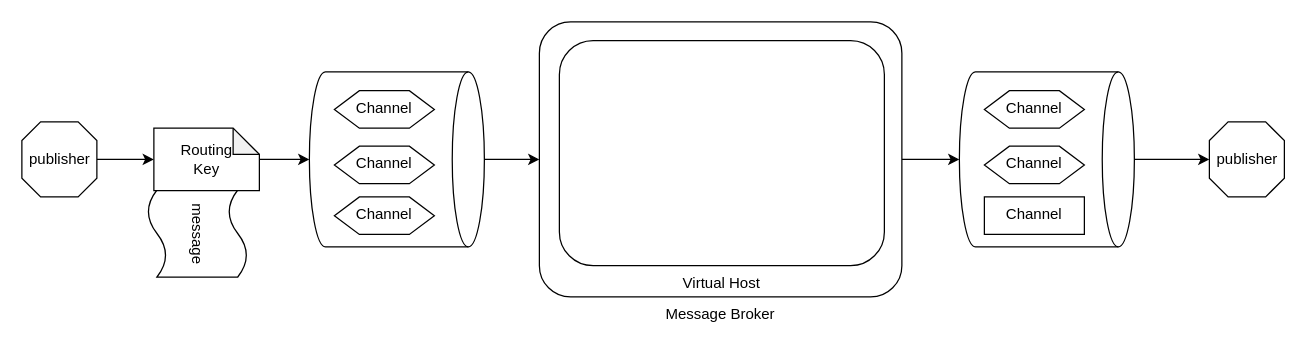
Above: Untitled Diagram.drawio in linlin8/linlin8.github.io (draw.io), before the change. Source tidied: cells renumbered, new cells numbered last; positions are measured from the earlier drawing's top-left corner, leaving out a move shared by most shapes. Both pictures are drawn from the tidied source at 125%, with x=0, y=0 at pixel (21, 21).
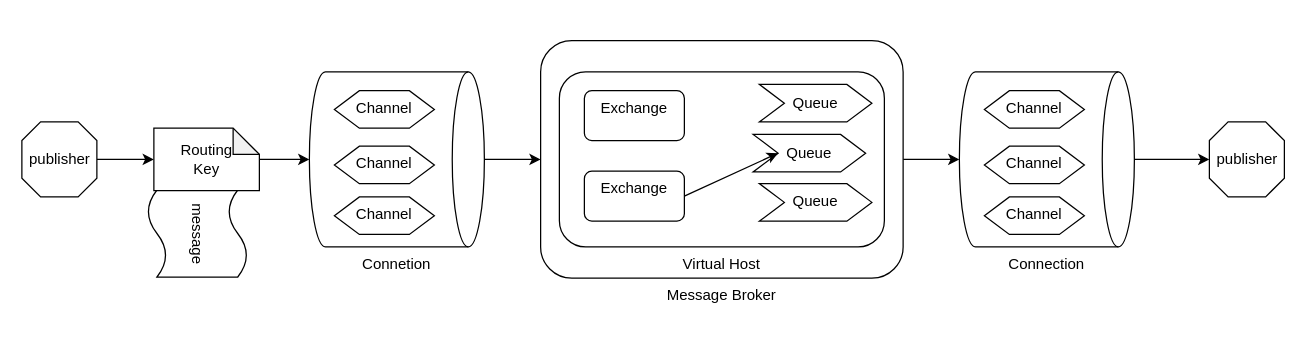
After the change.

The change refers to these unchanged cells:
```xml
<mxCell id="9" style="group;" parent="1" vertex="1">
  <mxGeometry x="230" y="40" width="140" height="140" as="geometry" />
</mxCell>
<mxCell id="14" style="group;" parent="1" vertex="1">
  <mxGeometry x="750" y="40" width="140" height="140" as="geometry" />
</mxCell>
```

Diff of the diagram source:
```diff
@@
     <mxCell id="5" value="Message Broker" style="rounded=1;whiteSpace=wrap;html=1;absoluteArcSize=1;arcSize=50;strokeWidth=1;shadow=0;sketch=0;verticalAlign=top;labelPosition=center;verticalLabelPosition=bottom;align=center;" parent="1" vertex="1">
-      <mxGeometry x="414" width="290" height="220" as="geometry" />
+      <mxGeometry x="415" y="15" width="290" height="190" as="geometry" />
     </mxCell>
@@
+    <mxCell id="19" style="edgeStyle=orthogonalEdgeStyle;rounded=0;jettySize=auto;html=1;exitX=1;exitY=0.5;exitDx=0;exitDy=0;exitPerimeter=0;entryX=0;entryY=0.5;entryDx=0;entryDy=0;" parent="1" edge="1" source="10" target="5">
+      <mxGeometry relative="1" as="geometry" />
+    </mxCell>
+    <mxCell id="20" value="publisher" style="verticalLabelPosition=middle;verticalAlign=middle;html=1;shape=mxgraph.basic.polygon;polyCoords=[[0.25,0],[0.75,0],[1,0.25],[1,0.75],[0.75,1],[0.25,1],[0,0.75],[0,0.25]];polyline=0;rotation=0;labelPosition=center;align=center;" parent="1" vertex="1">
+      <mxGeometry x="950" y="80" width="60" height="60" as="geometry" />
+    </mxCell>
+    <mxCell id="21" style="edgeStyle=orthogonalEdgeStyle;rounded=0;jettySize=auto;html=1;" parent="1" edge="1" source="15" target="20">
+      <mxGeometry relative="1" as="geometry" />
+    </mxCell>
+    <mxCell id="22" value="Virtual Host" style="rounded=1;whiteSpace=wrap;html=1;shadow=0;sketch=0;strokeWidth=1;verticalAlign=top;labelPosition=center;verticalLabelPosition=bottom;align=center;" parent="1" vertex="1">
+      <mxGeometry x="430" y="40" width="260" height="140" as="geometry" />
+    </mxCell>
+    <mxCell id="23" value="Exchange" style="rounded=1;whiteSpace=wrap;html=1;shadow=0;sketch=0;strokeWidth=1;verticalAlign=top;" parent="1" vertex="1">
+      <mxGeometry x="450" y="55" width="80" height="40" as="geometry" />
+    </mxCell>
+    <mxCell id="24" value="Exchange" style="rounded=1;whiteSpace=wrap;html=1;shadow=0;sketch=0;strokeWidth=1;verticalAlign=top;" parent="1" vertex="1">
+      <mxGeometry x="450" y="119.4" width="80" height="40" as="geometry" />
+    </mxCell>
@@
-    <mxCell id="10" style="strokeWidth=1;html=1;shape=mxgraph.flowchart.direct_data;whiteSpace=wrap;shadow=0;sketch=0;verticalAlign=top;" parent="9" vertex="1">
+    <mxCell id="10" value="Connetion" style="strokeWidth=1;html=1;shape=mxgraph.flowchart.direct_data;whiteSpace=wrap;shadow=0;sketch=0;verticalAlign=top;labelPosition=center;verticalLabelPosition=bottom;align=center;" parent="9" vertex="1">
       <mxGeometry width="140" height="140" as="geometry" />
     </mxCell>
@@
-    <mxCell id="15" style="strokeWidth=1;html=1;shape=mxgraph.flowchart.direct_data;whiteSpace=wrap;shadow=0;sketch=0;verticalAlign=top;" parent="14" vertex="1">
+    <mxCell id="15" value="Connection" style="strokeWidth=1;html=1;shape=mxgraph.flowchart.direct_data;whiteSpace=wrap;shadow=0;sketch=0;verticalAlign=top;labelPosition=center;verticalLabelPosition=bottom;align=center;" parent="14" vertex="1">
       <mxGeometry width="140" height="140" as="geometry" />
     </mxCell>
@@
-    <mxCell id="18" value="Channel" style="shape=hexagon;perimeter=hexagonPerimeter2;whiteSpace=wrap;html=1;fixedSize=1;rounded=0;shadow=0;sketch=0;strokeWidth=1;verticalAlign=top;size=-30;" parent="14" vertex="1">
+    <mxCell id="18" value="Channel" style="shape=hexagon;perimeter=hexagonPerimeter2;whiteSpace=wrap;html=1;fixedSize=1;rounded=0;shadow=0;sketch=0;strokeWidth=1;verticalAlign=top;" parent="14" vertex="1">
       <mxGeometry x="20" y="100" width="80" height="30" as="geometry" />
     </mxCell>
-    <mxCell id="19" style="edgeStyle=orthogonalEdgeStyle;rounded=0;jettySize=auto;html=1;exitX=1;exitY=0.5;exitDx=0;exitDy=0;exitPerimeter=0;entryX=0;entryY=0.5;entryDx=0;entryDy=0;" parent="1" edge="1" source="10" target="5">
-      <mxGeometry relative="1" as="geometry" />
-    </mxCell>
-    <mxCell id="20" value="publisher" style="verticalLabelPosition=middle;verticalAlign=middle;html=1;shape=mxgraph.basic.polygon;polyCoords=[[0.25,0],[0.75,0],[1,0.25],[1,0.75],[0.75,1],[0.25,1],[0,0.75],[0,0.25]];polyline=0;rotation=0;labelPosition=center;align=center;" parent="1" vertex="1">
-      <mxGeometry x="950" y="80" width="60" height="60" as="geometry" />
-    </mxCell>
-    <mxCell id="21" style="edgeStyle=orthogonalEdgeStyle;rounded=0;jettySize=auto;html=1;" parent="1" edge="1" source="15" target="20">
-      <mxGeometry relative="1" as="geometry" />
-    </mxCell>
-    <mxCell id="22" value="Virtual Host" style="rounded=1;whiteSpace=wrap;html=1;shadow=0;sketch=0;strokeWidth=1;verticalAlign=top;labelPosition=center;verticalLabelPosition=bottom;align=center;" parent="1" vertex="1">
-      <mxGeometry x="430" y="15" width="260" height="180" as="geometry" />
-    </mxCell>
+    <mxCell id="25" value="Queue" style="shape=step;perimeter=stepPerimeter;whiteSpace=wrap;html=1;fixedSize=1;rounded=0;shadow=0;sketch=0;strokeWidth=1;verticalAlign=middle;labelPosition=center;verticalLabelPosition=middle;align=center;" parent="1" vertex="1">
+      <mxGeometry x="585" y="90" width="90" height="30" as="geometry" />
+    </mxCell>
+    <mxCell id="26" value="Queue" style="shape=step;perimeter=stepPerimeter;whiteSpace=wrap;html=1;fixedSize=1;rounded=0;shadow=0;sketch=0;strokeWidth=1;verticalAlign=middle;labelPosition=center;verticalLabelPosition=middle;align=center;" parent="1" vertex="1">
+      <mxGeometry x="590" y="50" width="90" height="30" as="geometry" />
+    </mxCell>
+    <mxCell id="27" value="Queue" style="shape=step;perimeter=stepPerimeter;whiteSpace=wrap;html=1;fixedSize=1;rounded=0;shadow=0;sketch=0;strokeWidth=1;verticalAlign=middle;labelPosition=center;verticalLabelPosition=middle;align=center;size=20;" parent="1" vertex="1">
+      <mxGeometry x="590" y="129.4" width="90" height="30" as="geometry" />
+    </mxCell>
+    <mxCell id="28" style="endArrow=classic;html=1;entryX=0;entryY=0.5;entryDx=0;entryDy=0;exitX=1;exitY=0.5;exitDx=0;exitDy=0;rounded=0;jumpStyle=arc;" parent="1" edge="1" source="24" target="25">
+      <mxGeometry relative="1" as="geometry" />
+    </mxCell>
```
